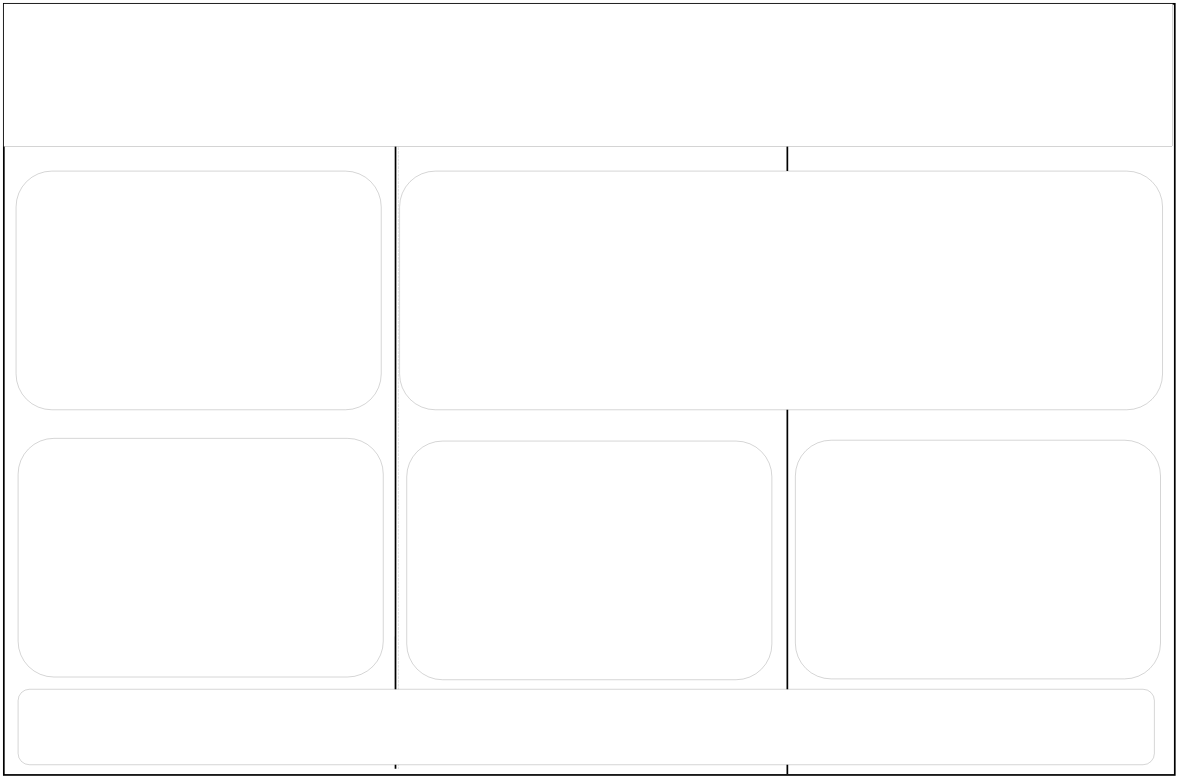
Before: doc/AGU_poster_2024.drawio in forestgeo/growth-precip-thailand, a draw.io diagram. Source tidied: cells renumbered, new cells numbered last; positions are measured from the earlier drawing's top-left corner, leaving out a move shared by most shapes. Both pictures are drawn from the tidied source at 17%, with x=0, y=0 at pixel (4, 4).
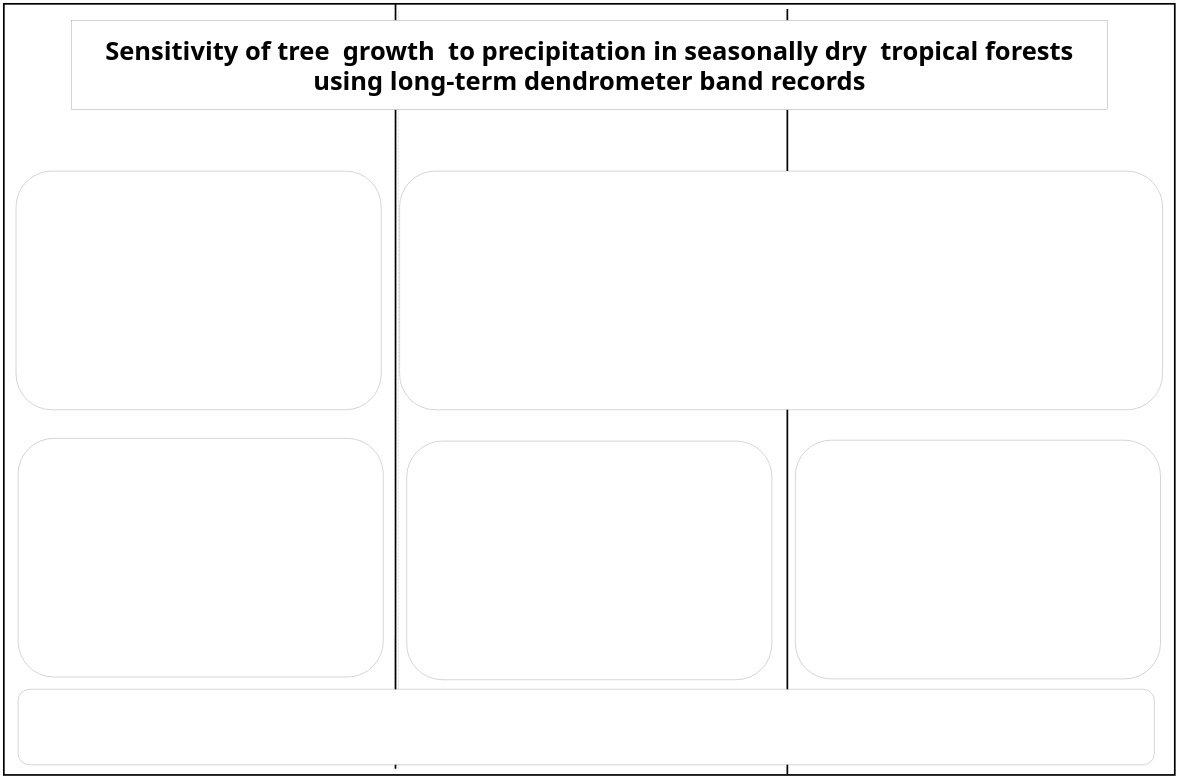
Above is the later version.

Change to the diagram source:
```diff
@@
 <mxGraphModel>
   <root>
     <mxCell id="0" />
     <mxCell id="1" parent="0" />
     <mxCell id="2" style="rounded=0;whiteSpace=wrap;html=1;strokeWidth=10;fillColor=none;" parent="1" vertex="1">
       <mxGeometry width="6888" height="4536" as="geometry" />
     </mxCell>
     <mxCell id="3" style="endArrow=none;dashed=1;html=1;dashPattern=1 3;strokeWidth=2;rounded=0;entryX=0.337;entryY=0.009;entryDx=0;entryDy=0;entryPerimeter=0;exitX=0.337;exitY=0.992;exitDx=0;exitDy=0;exitPerimeter=0;" parent="1" edge="1" source="2" target="2">
       <mxGeometry relative="1" as="geometry" />
     </mxCell>
     <mxCell id="4" style="endArrow=none;html=1;rounded=0;" parent="1" edge="1">
       <mxGeometry relative="1" as="geometry">
         <mxPoint x="4104" y="1154" as="sourcePoint" />
         <mxPoint x="4154" y="1104" as="targetPoint" />
       </mxGeometry>
     </mxCell>
     <mxCell id="5" style="endArrow=none;html=1;rounded=0;entryX=0.329;entryY=0;entryDx=0;entryDy=0;entryPerimeter=0;strokeWidth=10;" parent="1" edge="1">
       <mxGeometry relative="1" as="geometry">
         <mxPoint x="2304" y="4500" as="sourcePoint" />
         <mxPoint x="2304.2" as="targetPoint" />
       </mxGeometry>
     </mxCell>
     <mxCell id="6" style="endArrow=none;html=1;rounded=0;strokeWidth=10;" parent="1" edge="1">
       <mxGeometry relative="1" as="geometry">
         <mxPoint x="4609" y="4530" as="sourcePoint" />
         <mxPoint x="4609" y="30" as="targetPoint" />
       </mxGeometry>
     </mxCell>
-    <mxCell id="7" style="rounded=0;whiteSpace=wrap;html=1;" parent="1" vertex="1">
-      <mxGeometry width="6876" height="840" as="geometry" />
+    <mxCell id="7" value="&lt;h3&gt;&lt;font style=&quot;font-size: 150px;&quot;&gt;Sensitivity of tree&amp;nbsp; growth&amp;nbsp; to precipitation in seasonally dry&amp;nbsp; tropical forests using long-term dendrometer band records&lt;/font&gt;&lt;br&gt;&lt;/h3&gt;" style="rounded=0;whiteSpace=wrap;html=1;fontFamily=Tahoma;" parent="1" vertex="1">
+      <mxGeometry x="396" y="96" width="6096" height="528" as="geometry" />
     </mxCell>
     <mxCell id="8" style="rounded=1;whiteSpace=wrap;html=1;" parent="1" vertex="1">
       <mxGeometry x="72" y="984" width="2148" height="1404" as="geometry" />
     </mxCell>
     <mxCell id="9" style="rounded=1;whiteSpace=wrap;html=1;" parent="1" vertex="1">
       <mxGeometry x="84" y="2556" width="2148" height="1404" as="geometry" />
     </mxCell>
     <mxCell id="10" style="rounded=1;whiteSpace=wrap;html=1;" parent="1" vertex="1">
       <mxGeometry x="2328" y="984" width="4488" height="1404" as="geometry" />
     </mxCell>
     <mxCell id="11" style="rounded=1;whiteSpace=wrap;html=1;" parent="1" vertex="1">
       <mxGeometry x="2370" y="2572" width="2148" height="1404" as="geometry" />
     </mxCell>
     <mxCell id="12" style="rounded=1;whiteSpace=wrap;html=1;" parent="1" vertex="1">
       <mxGeometry x="4656" y="2567" width="2148" height="1404" as="geometry" />
     </mxCell>
     <mxCell id="13" style="rounded=1;whiteSpace=wrap;html=1;" parent="1" vertex="1">
       <mxGeometry x="84" y="4032" width="6684" height="444" as="geometry" />
     </mxCell>
   </root>
 </mxGraphModel>
```
